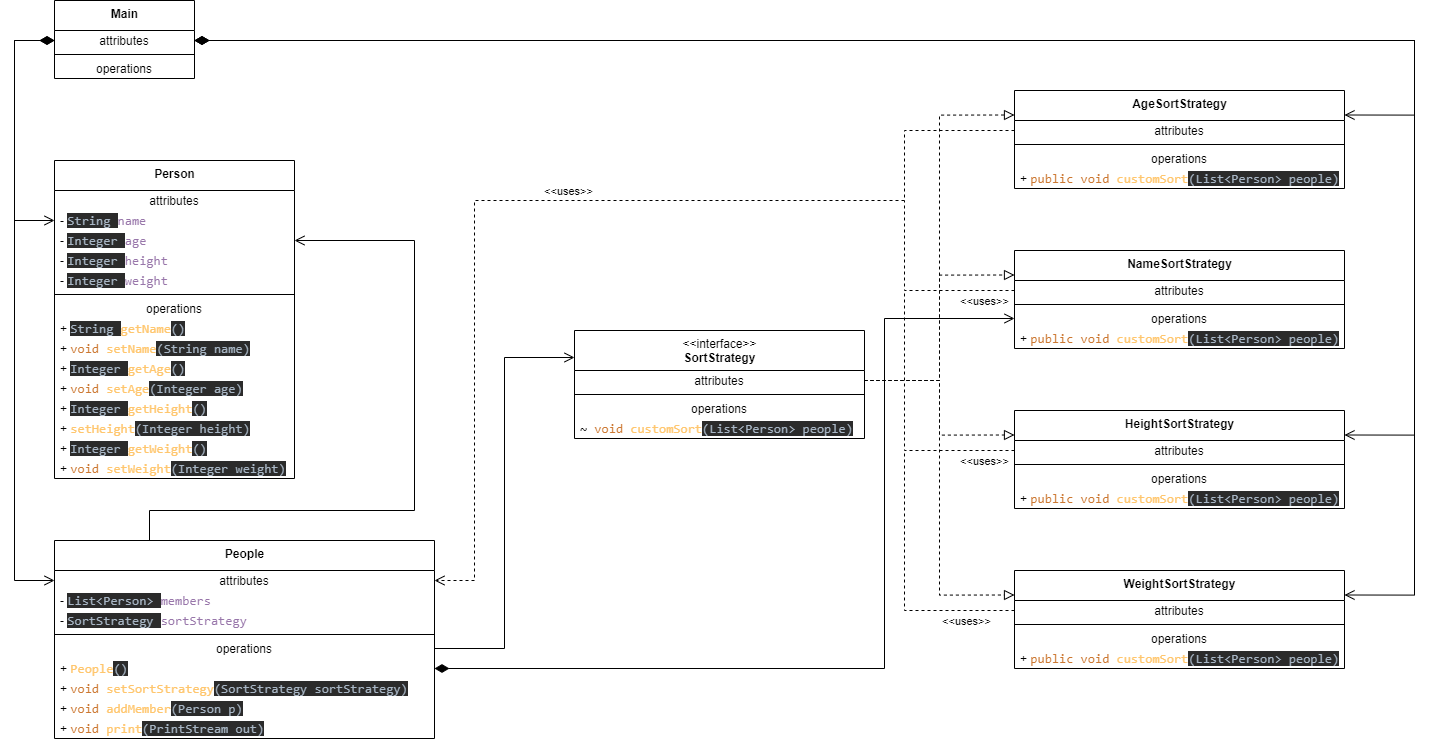
Earlier version of the draw.io export BDP2/src/com/company/UMLBDP2.png (tanaponwet/SoftArch). Source tidied: cells renumbered, new cells last; positions are measured from the earlier drawing's top-left corner, leaving out a move shared by most shapes.
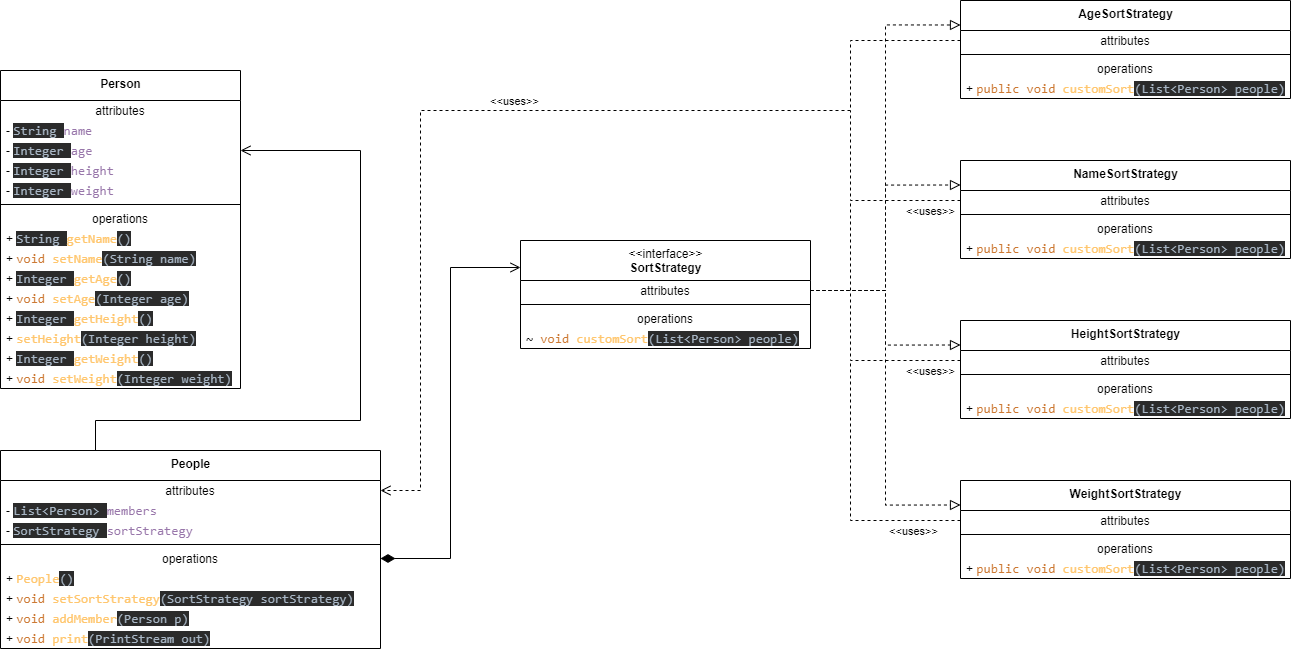
Later version of the same file.

Change to the diagram source:
```diff
@@ -169,7 +169,7 @@
     <mxCell id="56" style="endArrow=block;startArrow=none;endFill=0;startFill=0;endSize=8;html=1;verticalAlign=bottom;dashed=1;labelBackgroundColor=none;rounded=0;exitX=1;exitY=0.5;exitDx=0;exitDy=0;entryX=0;entryY=0.25;entryDx=0;entryDy=0;edgeStyle=orthogonalEdgeStyle;" parent="1" edge="1" source="29" target="48">
       <mxGeometry relative="1" as="geometry" />
     </mxCell>
-    <mxCell id="57" style="endArrow=open;startArrow=none;endFill=0;startFill=0;html=1;verticalAlign=bottom;labelBackgroundColor=none;strokeWidth=1;startSize=12;endSize=8;rounded=0;exitX=1;exitY=0.5;exitDx=0;exitDy=0;entryX=0;entryY=0.25;entryDx=0;entryDy=0;edgeStyle=orthogonalEdgeStyle;" parent="1" edge="1" source="23" target="28">
+    <mxCell id="57" style="endArrow=open;startArrow=diamondThin;endFill=0;startFill=1;html=1;verticalAlign=bottom;labelBackgroundColor=none;strokeWidth=1;startSize=12;endSize=8;rounded=0;exitX=1;exitY=0.5;exitDx=0;exitDy=0;entryX=0;entryY=0.25;entryDx=0;entryDy=0;edgeStyle=orthogonalEdgeStyle;" parent="1" edge="1" source="23" target="28">
       <mxGeometry relative="1" as="geometry" />
     </mxCell>
     <mxCell id="58" style="endArrow=open;startArrow=none;endFill=0;startFill=0;endSize=8;html=1;verticalAlign=bottom;labelBackgroundColor=none;strokeWidth=1;rounded=0;exitX=0.25;exitY=0;exitDx=0;exitDy=0;entryX=1;entryY=0.5;entryDx=0;entryDy=0;edgeStyle=orthogonalEdgeStyle;" parent="1" edge="1" source="18" target="5">
@@ -214,65 +214,5 @@
         </Array>
       </mxGeometry>
     </mxCell>
-    <mxCell id="63" style="endArrow=open;startArrow=diamondThin;endFill=0;startFill=1;html=1;verticalAlign=bottom;labelBackgroundColor=none;strokeWidth=1;startSize=12;endSize=8;rounded=0;exitX=1;exitY=0.5;exitDx=0;exitDy=0;entryX=0;entryY=0.5;entryDx=0;entryDy=0;edgeStyle=orthogonalEdgeStyle;" parent="1" edge="1" source="24" target="41">
-      <mxGeometry relative="1" as="geometry">
-        <Array as="points">
-          <mxPoint x="870" y="668" />
-          <mxPoint x="870" y="318" />
-        </Array>
-      </mxGeometry>
-    </mxCell>
-    <mxCell id="64" value="&lt;b&gt;Main&lt;/b&gt;" style="swimlane;fontStyle=0;align=center;verticalAlign=top;horizontal=1;startSize=30;html=1;" parent="1" vertex="1">
-      <mxGeometry x="40" width="140" height="78" as="geometry" />
-    </mxCell>
-    <mxCell id="65" value="attributes" style="text;html=1;strokeColor=none;fillColor=none;align=center;verticalAlign=middle;spacingLeft=4;spacingRight=4;overflow=hidden;points=[[0,0.5],[1,0.5]];portConstraint=eastwest;" parent="64" vertex="1">
-      <mxGeometry y="30" width="140" height="20" as="geometry" />
-    </mxCell>
-    <mxCell id="66" style="line;strokeWidth=1;fillColor=none;align=left;verticalAlign=middle;spacingTop=-1;spacingLeft=3;spacingRight=3;labelPosition=right;" parent="64" vertex="1">
-      <mxGeometry y="50" width="140" height="8" as="geometry" />
-    </mxCell>
-    <mxCell id="67" value="operations" style="text;html=1;strokeColor=none;fillColor=none;align=center;verticalAlign=middle;spacingLeft=4;spacingRight=4;overflow=hidden;" parent="64" vertex="1">
-      <mxGeometry y="58" width="140" height="20" as="geometry" />
-    </mxCell>
-    <mxCell id="68" style="endArrow=open;startArrow=diamondThin;endFill=0;startFill=1;html=1;verticalAlign=bottom;labelBackgroundColor=none;strokeWidth=1;startSize=12;endSize=8;rounded=0;exitX=0;exitY=0.5;exitDx=0;exitDy=0;entryX=0;entryY=0.5;entryDx=0;entryDy=0;edgeStyle=orthogonalEdgeStyle;" parent="1" edge="1" source="65" target="4">
-      <mxGeometry relative="1" as="geometry">
-        <Array as="points">
-          <mxPoint y="40" />
-          <mxPoint y="220" />
-        </Array>
-      </mxGeometry>
-    </mxCell>
-    <mxCell id="69" style="endArrow=open;startArrow=diamondThin;endFill=0;startFill=1;html=1;verticalAlign=bottom;labelBackgroundColor=none;strokeWidth=1;startSize=12;endSize=8;rounded=0;exitX=0;exitY=0.5;exitDx=0;exitDy=0;entryX=0;entryY=0.5;entryDx=0;entryDy=0;edgeStyle=orthogonalEdgeStyle;" parent="1" edge="1" source="65" target="19">
-      <mxGeometry relative="1" as="geometry">
-        <Array as="points">
-          <mxPoint y="40" />
-          <mxPoint y="580" />
-        </Array>
-      </mxGeometry>
-    </mxCell>
-    <mxCell id="70" style="endArrow=open;startArrow=diamondThin;endFill=0;startFill=1;html=1;verticalAlign=bottom;labelBackgroundColor=none;strokeWidth=1;startSize=12;endSize=8;rounded=0;exitX=1;exitY=0.5;exitDx=0;exitDy=0;entryX=1;entryY=0.25;entryDx=0;entryDy=0;edgeStyle=orthogonalEdgeStyle;" parent="1" edge="1" source="65" target="33">
-      <mxGeometry relative="1" as="geometry">
-        <Array as="points">
-          <mxPoint x="1400" y="40" />
-          <mxPoint x="1400" y="115" />
-        </Array>
-      </mxGeometry>
-    </mxCell>
-    <mxCell id="71" style="endArrow=open;startArrow=diamondThin;endFill=0;startFill=1;html=1;verticalAlign=bottom;labelBackgroundColor=none;strokeWidth=1;startSize=12;endSize=8;rounded=0;exitX=1;exitY=0.5;exitDx=0;exitDy=0;entryX=1;entryY=0.25;entryDx=0;entryDy=0;edgeStyle=orthogonalEdgeStyle;" parent="1" edge="1" source="65" target="43">
-      <mxGeometry relative="1" as="geometry">
-        <Array as="points">
-          <mxPoint x="1400" y="40" />
-          <mxPoint x="1400" y="435" />
-        </Array>
-      </mxGeometry>
-    </mxCell>
-    <mxCell id="72" style="endArrow=open;startArrow=diamondThin;endFill=0;startFill=1;html=1;verticalAlign=bottom;labelBackgroundColor=none;strokeWidth=1;startSize=12;endSize=8;rounded=0;exitX=1;exitY=0.5;exitDx=0;exitDy=0;entryX=1;entryY=0.25;entryDx=0;entryDy=0;edgeStyle=orthogonalEdgeStyle;" parent="1" edge="1" source="65" target="48">
-      <mxGeometry relative="1" as="geometry">
-        <Array as="points">
-          <mxPoint x="1400" y="40" />
-          <mxPoint x="1400" y="595" />
-        </Array>
-      </mxGeometry>
-    </mxCell>
   </root>
 </mxGraphModel>
```
